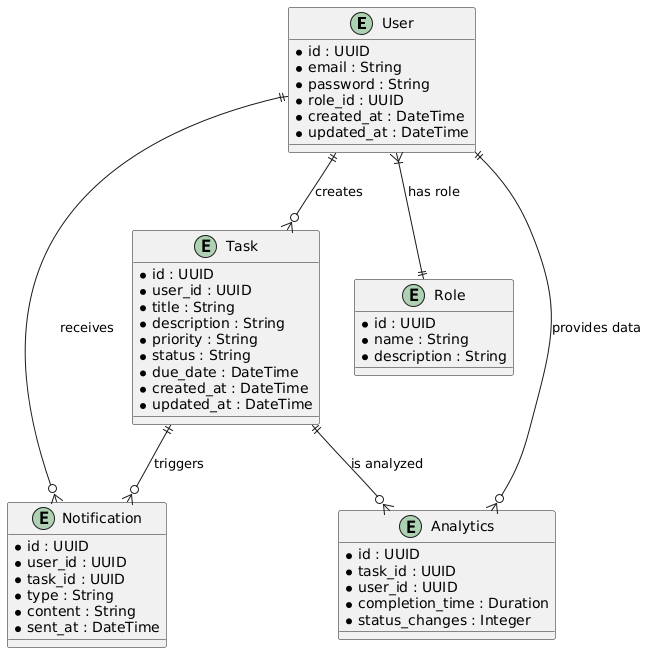
This is docs/ERD.png from emjkpi/advanced-task-manager, a PlantUML export, as it was before one commit.
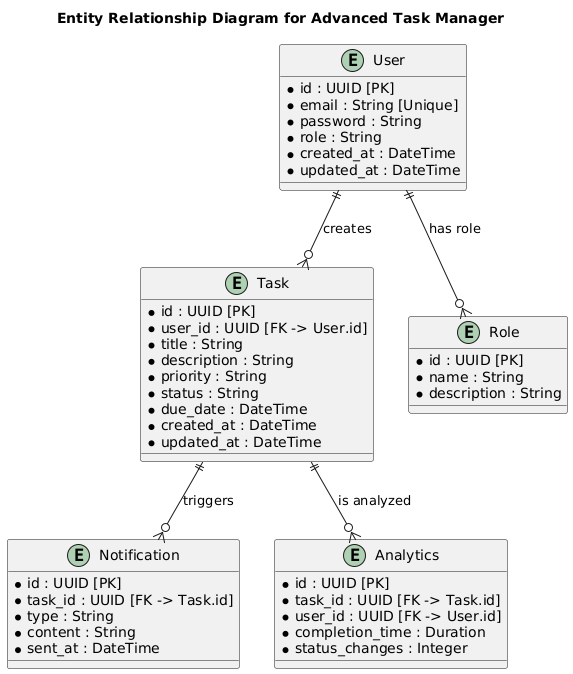
The same diagram one commit later.

The edit, as a diff of the source:
```diff
@@ -1,52 +1,51 @@
 @startuml
-entity "User" as U {
-    * id : UUID
-    * email : String
-    * password : String
-    * role_id : UUID
-    * created_at : DateTime
-    * updated_at : DateTime
+title Entity Relationship Diagram for Advanced Task Manager
+
+entity User {
+  * id : UUID [PK]
+  * email : String [Unique]
+  * password : String
+  * role : String
+  * created_at : DateTime
+  * updated_at : DateTime
 }
 
-entity "Task" as T {
-    * id : UUID
-    * user_id : UUID
-    * title : String
-    * description : String
-    * priority : String
-    * status : String
-    * due_date : DateTime
-    * created_at : DateTime
-    * updated_at : DateTime
+entity Task {
+  * id : UUID [PK]
+  * user_id : UUID [FK -> User.id]
+  * title : String
+  * description : String
+  * priority : String
+  * status : String
+  * due_date : DateTime
+  * created_at : DateTime
+  * updated_at : DateTime
 }
 
-entity "Notification" as N {
-    * id : UUID
-    * user_id : UUID
-    * task_id : UUID
-    * type : String
-    * content : String
-    * sent_at : DateTime
+entity Notification {
+  * id : UUID [PK]
+  * task_id : UUID [FK -> Task.id]
+  * type : String
+  * content : String
+  * sent_at : DateTime
 }
 
-entity "Role" as R {
-    * id : UUID
-    * name : String
-    * description : String
+entity Role {
+  * id : UUID [PK]
+  * name : String
+  * description : String
 }
 
-entity "Analytics" as A {
-    * id : UUID
-    * task_id : UUID
-    * user_id : UUID
-    * completion_time : Duration
-    * status_changes : Integer
+entity Analytics {
+  * id : UUID [PK]
+  * task_id : UUID [FK -> Task.id]
+  * user_id : UUID [FK -> User.id]
+  * completion_time : Duration
+  * status_changes : Integer
 }
 
-U ||--o{ T : "creates"
-U ||--o{ N : "receives"
-U }|--|| R : "has role"
-T ||--o{ N : "triggers"
-T ||--o{ A : "is analyzed"
-U ||--o{ A : "provides data"
+User ||--o{ Task : "creates"
+Task ||--o{ Notification : "triggers"
+User ||--o{ Role : "has role"
+Task ||--o{ Analytics : "is analyzed"
 @enduml
```
